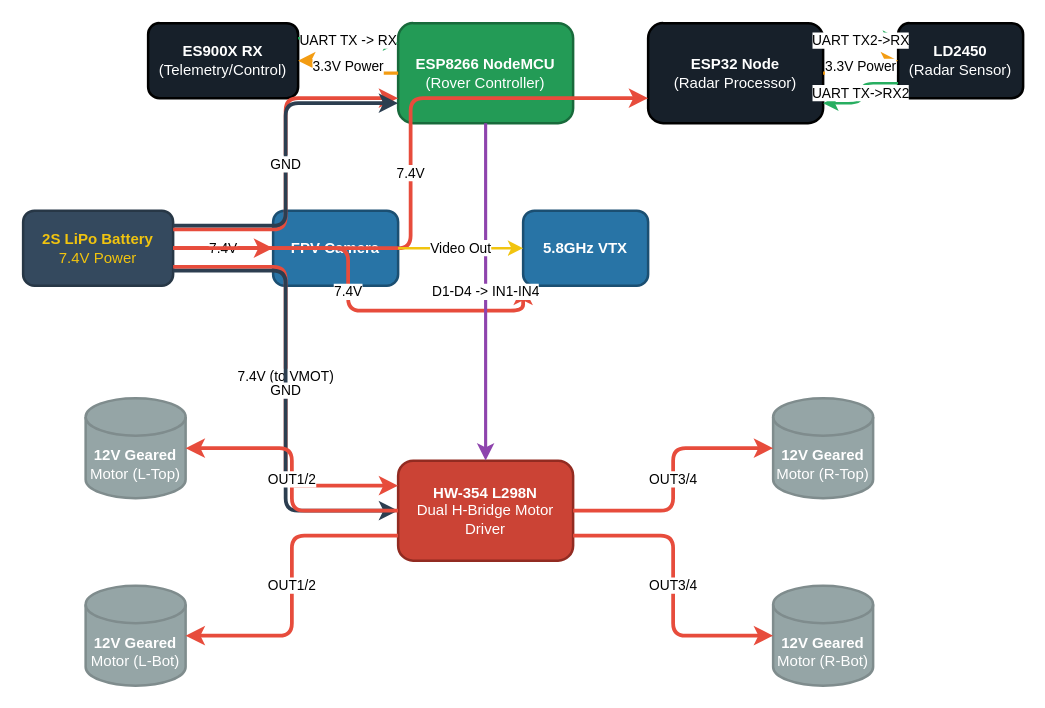
Earlier version of the draw.io diagram rover_wiring_diagram_editable.drawio (vass112/ld2450-tinyml). Source tidied: cells renumbered, new cells numbered last; positions are measured from the earlier drawing's top-left corner, leaving out a move shared by most shapes. Both pictures are drawn from the tidied source at 125%, with x=0, y=0 at pixel (22, 22).
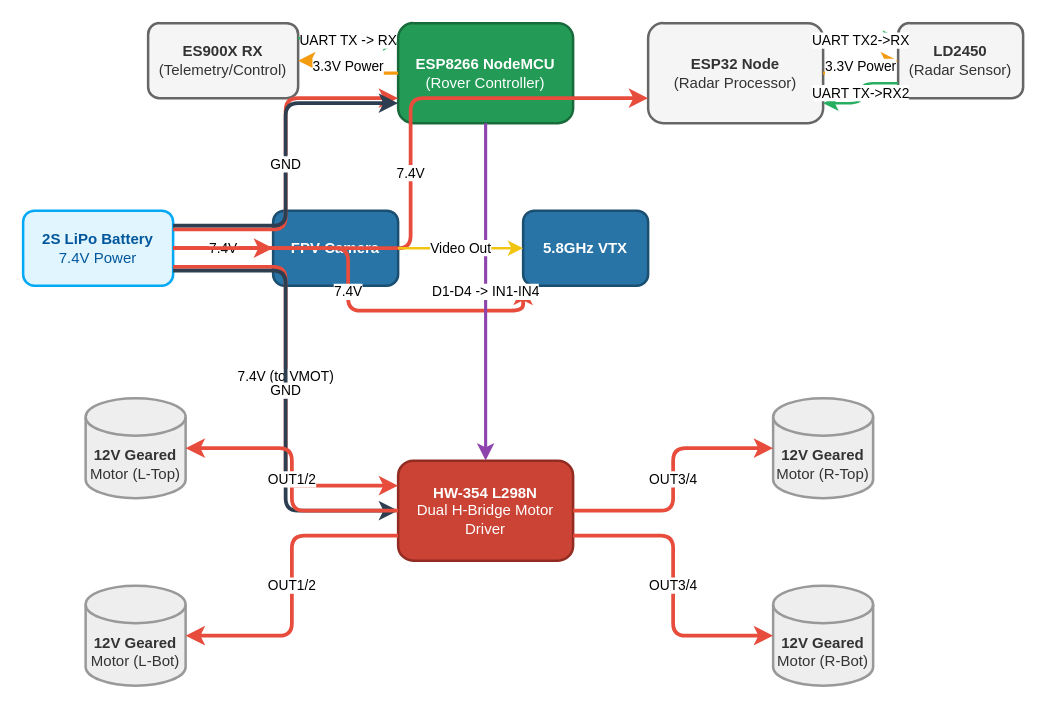
The same diagram, later.

Commit message (it also covers changes not shown here):
Update project visuals to Light Theme: modified scripts and regenerated diagrams

What changed in the source:
```diff
@@
-    <mxCell id="2" value="&lt;b&gt;2S LiPo Battery&lt;/b&gt;&lt;br&gt;7.4V Power" style="rounded=1;whiteSpace=wrap;html=1;fillColor=#34495E;strokeColor=#273746;fontColor=#F1C40F;strokeWidth=2;" parent="1" vertex="1">
+    <mxCell id="2" value="&lt;b&gt;2S LiPo Battery&lt;/b&gt;&lt;br&gt;7.4V Power" style="rounded=1;whiteSpace=wrap;html=1;fillColor=#E1F5FE;strokeColor=#03A9F4;fontColor=#01579B;strokeWidth=2;" parent="1" vertex="1">
       <mxGeometry y="150" width="120" height="60" as="geometry" />
     </mxCell>
-    <mxCell id="3" value="&lt;b&gt;ES900X RX&lt;/b&gt;&lt;br&gt;(Telemetry/Control)" style="rounded=1;whiteSpace=wrap;html=1;fillColor=#17202A;strokeColor=#000000;fontColor=#ffffff;strokeWidth=2;" parent="1" vertex="1">
+    <mxCell id="3" value="&lt;b&gt;ES900X RX&lt;/b&gt;&lt;br&gt;(Telemetry/Control)" style="rounded=1;whiteSpace=wrap;html=1;fillColor=#F5F5F5;strokeColor=#666666;fontColor=#333333;strokeWidth=2;" parent="1" vertex="1">
       <mxGeometry x="100" width="120" height="60" as="geometry" />
     </mxCell>
@@
-    <mxCell id="5" value="&lt;b&gt;ESP32 Node&lt;/b&gt;&lt;br&gt;(Radar Processor)" style="rounded=1;whiteSpace=wrap;html=1;fillColor=#17202A;strokeColor=#000000;fontColor=#ffffff;strokeWidth=2;" parent="1" vertex="1">
+    <mxCell id="5" value="&lt;b&gt;ESP32 Node&lt;/b&gt;&lt;br&gt;(Radar Processor)" style="rounded=1;whiteSpace=wrap;html=1;fillColor=#F5F5F5;strokeColor=#666666;fontColor=#333333;strokeWidth=2;" parent="1" vertex="1">
       <mxGeometry x="500" width="140" height="80" as="geometry" />
     </mxCell>
-    <mxCell id="6" value="&lt;b&gt;LD2450&lt;/b&gt;&lt;br&gt;(Radar Sensor)" style="rounded=1;whiteSpace=wrap;html=1;fillColor=#17202A;strokeColor=#000000;fontColor=#ffffff;strokeWidth=2;" parent="1" vertex="1">
+    <mxCell id="6" value="&lt;b&gt;LD2450&lt;/b&gt;&lt;br&gt;(Radar Sensor)" style="rounded=1;whiteSpace=wrap;html=1;fillColor=#F5F5F5;strokeColor=#666666;fontColor=#333333;strokeWidth=2;" parent="1" vertex="1">
       <mxGeometry x="700" width="100" height="60" as="geometry" />
     </mxCell>
@@
-    <mxCell id="10" value="&lt;b&gt;12V Geared&lt;/b&gt;&lt;br&gt;Motor (L-Top)" style="shape=cylinder3;whiteSpace=wrap;html=1;boundedLbl=1;backgroundOutline=1;size=15;fillColor=#95A5A6;strokeColor=#7F8C8D;fontColor=#ffffff;strokeWidth=2;" parent="1" vertex="1">
+    <mxCell id="10" value="&lt;b&gt;12V Geared&lt;/b&gt;&lt;br&gt;Motor (L-Top)" style="shape=cylinder3;whiteSpace=wrap;html=1;boundedLbl=1;backgroundOutline=1;size=15;fillColor=#EEEEEE;strokeColor=#999999;fontColor=#333333;strokeWidth=2;" parent="1" vertex="1">
       <mxGeometry x="50" y="300" width="80" height="80" as="geometry" />
     </mxCell>
-    <mxCell id="11" value="&lt;b&gt;12V Geared&lt;/b&gt;&lt;br&gt;Motor (L-Bot)" style="shape=cylinder3;whiteSpace=wrap;html=1;boundedLbl=1;backgroundOutline=1;size=15;fillColor=#95A5A6;strokeColor=#7F8C8D;fontColor=#ffffff;strokeWidth=2;" parent="1" vertex="1">
+    <mxCell id="11" value="&lt;b&gt;12V Geared&lt;/b&gt;&lt;br&gt;Motor (L-Bot)" style="shape=cylinder3;whiteSpace=wrap;html=1;boundedLbl=1;backgroundOutline=1;size=15;fillColor=#EEEEEE;strokeColor=#999999;fontColor=#333333;strokeWidth=2;" parent="1" vertex="1">
       <mxGeometry x="50" y="450" width="80" height="80" as="geometry" />
     </mxCell>
-    <mxCell id="12" value="&lt;b&gt;12V Geared&lt;/b&gt;&lt;br&gt;Motor (R-Top)" style="shape=cylinder3;whiteSpace=wrap;html=1;boundedLbl=1;backgroundOutline=1;size=15;fillColor=#95A5A6;strokeColor=#7F8C8D;fontColor=#ffffff;strokeWidth=2;" parent="1" vertex="1">
+    <mxCell id="12" value="&lt;b&gt;12V Geared&lt;/b&gt;&lt;br&gt;Motor (R-Top)" style="shape=cylinder3;whiteSpace=wrap;html=1;boundedLbl=1;backgroundOutline=1;size=15;fillColor=#EEEEEE;strokeColor=#999999;fontColor=#333333;strokeWidth=2;" parent="1" vertex="1">
       <mxGeometry x="600" y="300" width="80" height="80" as="geometry" />
     </mxCell>
-    <mxCell id="13" value="&lt;b&gt;12V Geared&lt;/b&gt;&lt;br&gt;Motor (R-Bot)" style="shape=cylinder3;whiteSpace=wrap;html=1;boundedLbl=1;backgroundOutline=1;size=15;fillColor=#95A5A6;strokeColor=#7F8C8D;fontColor=#ffffff;strokeWidth=2;" parent="1" vertex="1">
+    <mxCell id="13" value="&lt;b&gt;12V Geared&lt;/b&gt;&lt;br&gt;Motor (R-Bot)" style="shape=cylinder3;whiteSpace=wrap;html=1;boundedLbl=1;backgroundOutline=1;size=15;fillColor=#EEEEEE;strokeColor=#999999;fontColor=#333333;strokeWidth=2;" parent="1" vertex="1">
       <mxGeometry x="600" y="450" width="80" height="80" as="geometry" />
     </mxCell>
```
